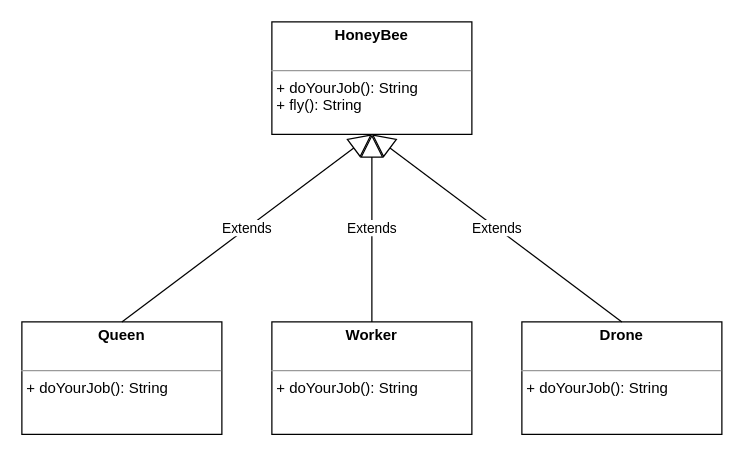
This is page "HoneyBee" (1 of 2) of hb_abstract.drawio from tkor152-OOP/07a_HoneyBee_Abstract, a draw.io file, before an edit. Source tidied: cells renumbered, new cells numbered last; positions are measured from the earlier drawing's top-left corner, leaving out a move shared by most shapes. Both pictures are drawn from the tidied source at 125%, with x=0, y=0 at pixel (21, 21).
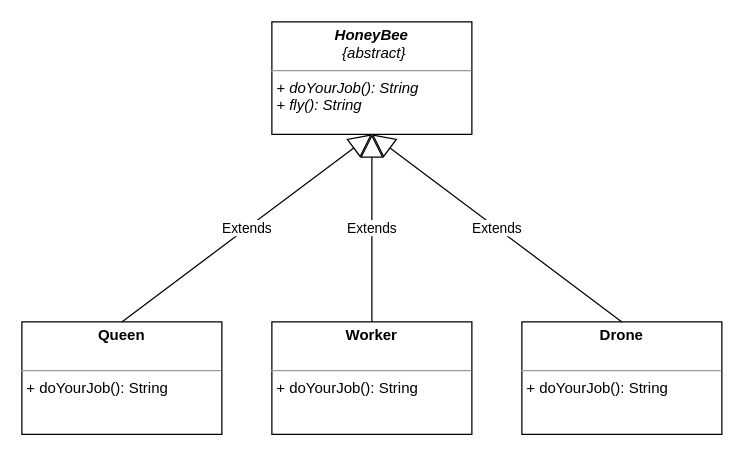
The same diagram, later.

What changed in the source:
```diff
@@
 <mxGraphModel>
   <root>
     <mxCell id="0" />
     <mxCell id="1" parent="0" />
-    <mxCell id="2" value="&lt;p style=&quot;margin: 0px ; margin-top: 4px ; text-align: center&quot;&gt;&lt;b&gt;HoneyBee&lt;/b&gt;&lt;/p&gt;&lt;p style=&quot;margin: 0px ; margin-left: 4px&quot;&gt;&lt;br&gt;&lt;/p&gt;&lt;hr size=&quot;1&quot;&gt;&lt;p style=&quot;margin: 0px ; margin-left: 4px&quot;&gt;+ doYourJob(): String&lt;/p&gt;&lt;p style=&quot;margin: 0px ; margin-left: 4px&quot;&gt;+ fly(): String&lt;/p&gt;" style="verticalAlign=top;align=left;overflow=fill;fontSize=12;fontFamily=Helvetica;html=1;" parent="1" vertex="1">
+    <mxCell id="2" value="&lt;p style=&quot;margin: 0px ; margin-top: 4px ; text-align: center&quot;&gt;&lt;b&gt;&lt;i&gt;HoneyBee&lt;/i&gt;&lt;/b&gt;&lt;/p&gt;&lt;p style=&quot;text-align: center; margin: 0px 0px 0px 4px;&quot;&gt;&lt;i&gt;{abstract}&lt;/i&gt;&lt;/p&gt;&lt;hr size=&quot;1&quot;&gt;&lt;p style=&quot;margin: 0px ; margin-left: 4px&quot;&gt;&lt;i&gt;+ doYourJob(): String&lt;/i&gt;&lt;/p&gt;&lt;p style=&quot;margin: 0px ; margin-left: 4px&quot;&gt;&lt;i&gt;+ fly(): String&lt;/i&gt;&lt;/p&gt;" style="verticalAlign=top;align=left;overflow=fill;fontSize=12;fontFamily=Helvetica;html=1;" parent="1" vertex="1">
       <mxGeometry x="200" width="160" height="90" as="geometry" />
     </mxCell>
     <mxCell id="3" value="&lt;p style=&quot;margin: 0px ; margin-top: 4px ; text-align: center&quot;&gt;&lt;b&gt;Queen&lt;/b&gt;&lt;/p&gt;&lt;p style=&quot;margin: 0px ; margin-left: 4px&quot;&gt;&lt;br&gt;&lt;/p&gt;&lt;hr size=&quot;1&quot;&gt;&lt;p style=&quot;margin: 0px ; margin-left: 4px&quot;&gt;+ doYourJob(): String&lt;br&gt;&lt;/p&gt;" style="verticalAlign=top;align=left;overflow=fill;fontSize=12;fontFamily=Helvetica;html=1;" parent="1" vertex="1">
       <mxGeometry y="240" width="160" height="90" as="geometry" />
     </mxCell>
     <mxCell id="4" value="Extends" style="endArrow=block;endSize=16;endFill=0;html=1;exitX=0.5;exitY=0;exitDx=0;exitDy=0;entryX=0.5;entryY=1;entryDx=0;entryDy=0;" parent="1" edge="1" source="3" target="2">
       <mxGeometry relative="1" as="geometry" />
     </mxCell>
     <mxCell id="5" value="&lt;p style=&quot;margin: 0px ; margin-top: 4px ; text-align: center&quot;&gt;&lt;b&gt;Worker&lt;/b&gt;&lt;/p&gt;&lt;p style=&quot;margin: 0px ; margin-left: 4px&quot;&gt;&lt;br&gt;&lt;/p&gt;&lt;hr size=&quot;1&quot;&gt;&lt;p style=&quot;margin: 0px ; margin-left: 4px&quot;&gt;+ doYourJob(): String&lt;br&gt;&lt;/p&gt;" style="verticalAlign=top;align=left;overflow=fill;fontSize=12;fontFamily=Helvetica;html=1;" parent="1" vertex="1">
       <mxGeometry x="200" y="240" width="160" height="90" as="geometry" />
     </mxCell>
     <mxCell id="6" value="&lt;p style=&quot;margin: 0px ; margin-top: 4px ; text-align: center&quot;&gt;&lt;b&gt;Drone&lt;/b&gt;&lt;/p&gt;&lt;p style=&quot;margin: 0px ; margin-left: 4px&quot;&gt;&lt;br&gt;&lt;/p&gt;&lt;hr size=&quot;1&quot;&gt;&lt;p style=&quot;margin: 0px ; margin-left: 4px&quot;&gt;+ doYourJob(): String&lt;br&gt;&lt;/p&gt;" style="verticalAlign=top;align=left;overflow=fill;fontSize=12;fontFamily=Helvetica;html=1;" parent="1" vertex="1">
       <mxGeometry x="400" y="240" width="160" height="90" as="geometry" />
     </mxCell>
     <mxCell id="7" value="Extends" style="endArrow=block;endSize=16;endFill=0;html=1;exitX=0.5;exitY=0;exitDx=0;exitDy=0;entryX=0.5;entryY=1;entryDx=0;entryDy=0;" parent="1" edge="1" source="5" target="2">
       <mxGeometry relative="1" as="geometry" />
     </mxCell>
     <mxCell id="8" value="Extends" style="endArrow=block;endSize=16;endFill=0;html=1;exitX=0.5;exitY=0;exitDx=0;exitDy=0;entryX=0.5;entryY=1;entryDx=0;entryDy=0;" parent="1" edge="1" source="6" target="2">
       <mxGeometry relative="1" as="geometry" />
     </mxCell>
   </root>
 </mxGraphModel>
```
